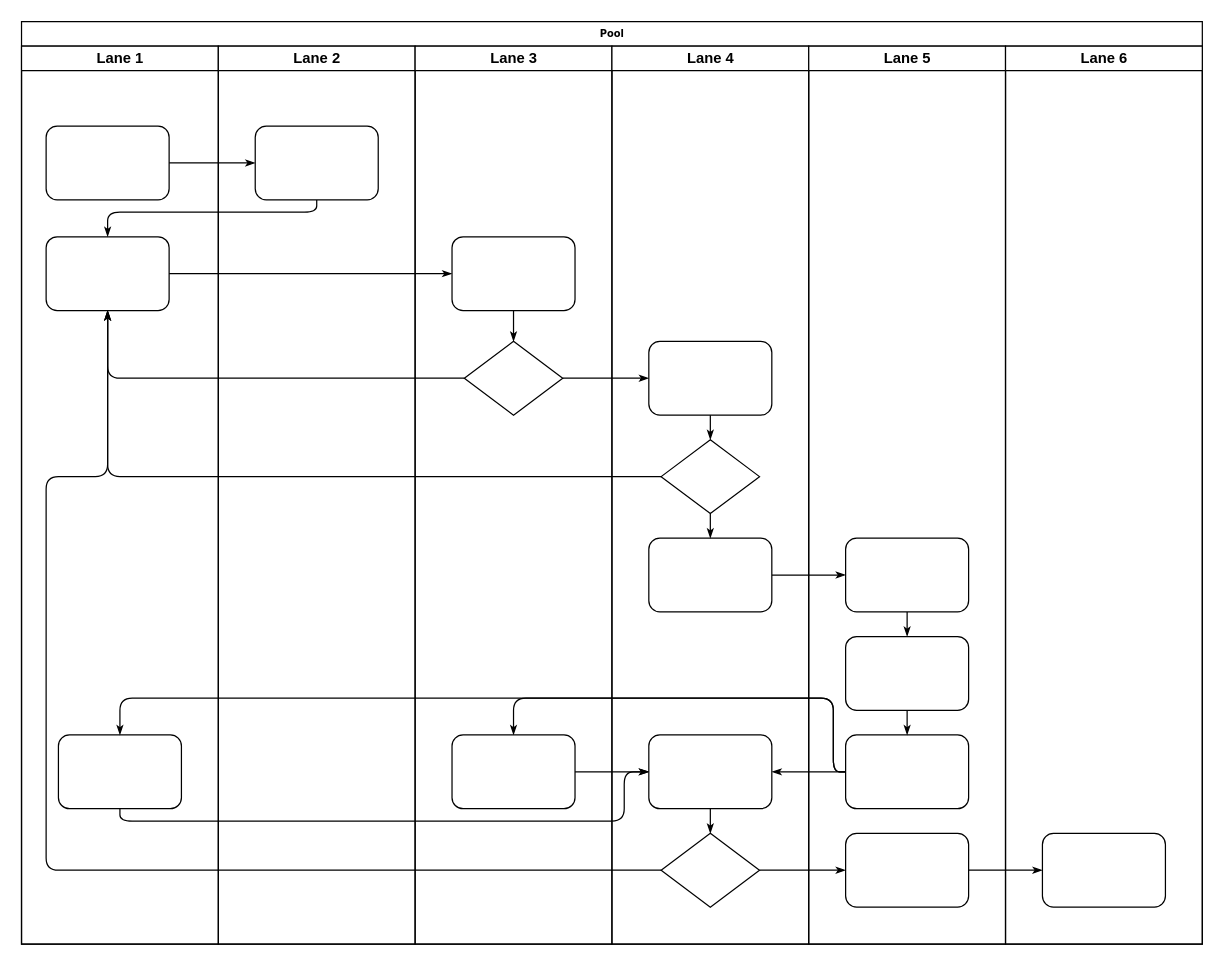
Earlier version of the draw.io diagram saga.drawio (Mangesh1206/ArchitectureDiagram). Source tidied: cells renumbered, new cells numbered last; positions are measured from the earlier drawing's top-left corner, leaving out a move shared by most shapes. Both pictures are drawn from the tidied source at 123%, with x=0, y=0 at pixel (21, 21).
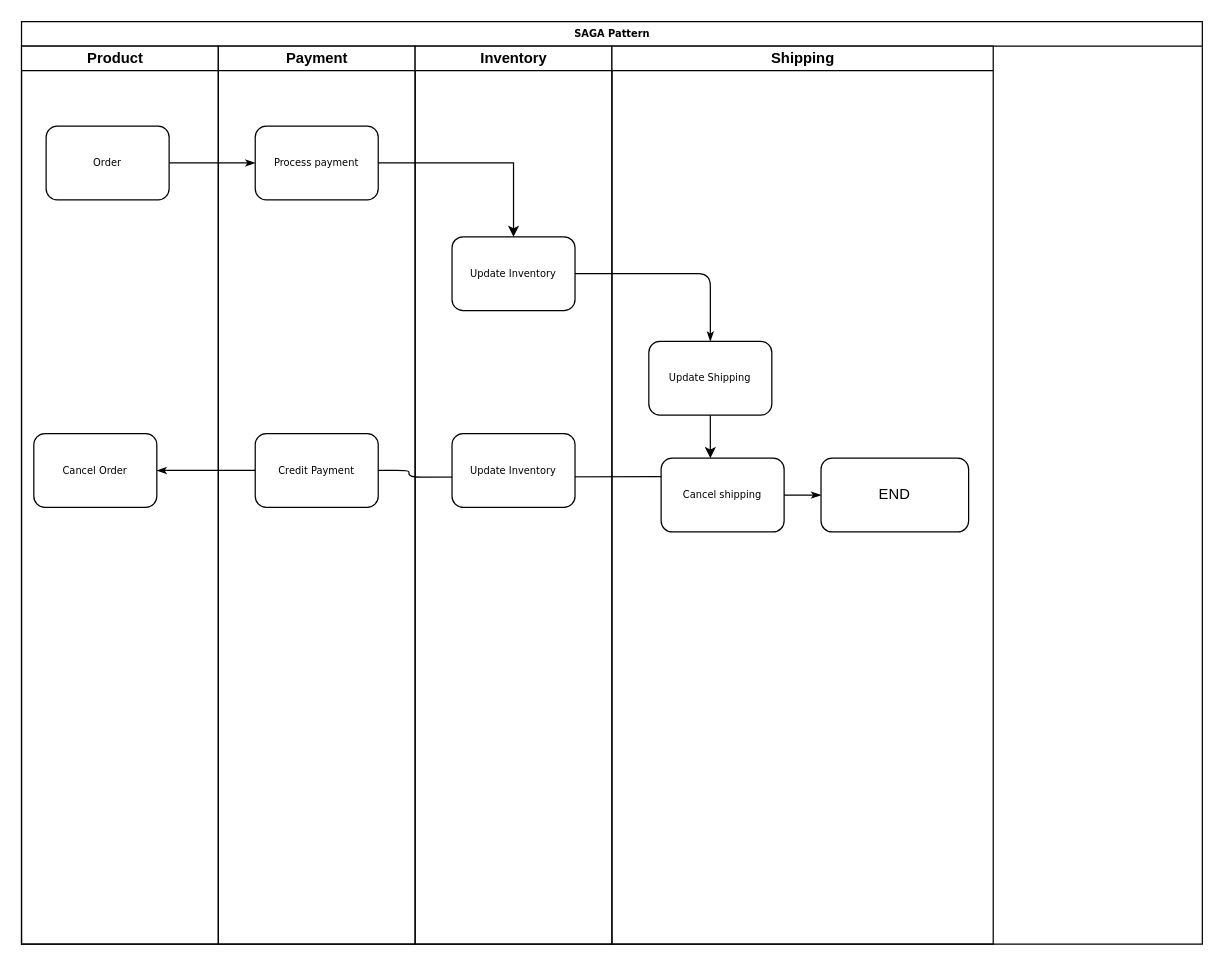
The same diagram, later.

Change to the diagram source:
```diff
@@
-    <mxCell id="2" value="Pool" style="swimlane;html=1;startSize=20;rounded=0;shadow=0;labelBackgroundColor=none;strokeWidth=1;fontFamily=Verdana;fontSize=8;align=center;" parent="1" vertex="1">
+    <mxCell id="2" value="SAGA Pattern" style="swimlane;html=1;startSize=20;rounded=0;shadow=0;labelBackgroundColor=none;strokeWidth=1;fontFamily=Verdana;fontSize=8;align=center;" parent="1" vertex="1">
       <mxGeometry width="960" height="750" as="geometry" />
     </mxCell>
-    <mxCell id="3" value="Lane 1" style="swimlane;html=1;startSize=20;" parent="2" vertex="1">
+    <mxCell id="3" value="Product &lt;span style=&quot;white-space: pre;&quot;&gt;&#9;&lt;/span&gt;" style="swimlane;html=1;startSize=20;" parent="2" vertex="1">
       <mxGeometry y="20" width="160" height="730" as="geometry" />
     </mxCell>
-    <mxCell id="4" style="rounded=1;whiteSpace=wrap;html=1;shadow=0;labelBackgroundColor=none;strokeWidth=1;fontFamily=Verdana;fontSize=8;align=center;" parent="3" vertex="1">
+    <mxCell id="4" value="Order" style="rounded=1;whiteSpace=wrap;html=1;shadow=0;labelBackgroundColor=none;strokeWidth=1;fontFamily=Verdana;fontSize=8;align=center;" parent="3" vertex="1">
       <mxGeometry x="20" y="65" width="100" height="60" as="geometry" />
     </mxCell>
-    <mxCell id="5" style="rounded=1;whiteSpace=wrap;html=1;shadow=0;labelBackgroundColor=none;strokeWidth=1;fontFamily=Verdana;fontSize=8;align=center;" parent="3" vertex="1">
-      <mxGeometry x="20" y="155" width="100" height="60" as="geometry" />
+    <mxCell id="5" value="Cancel Order" style="rounded=1;whiteSpace=wrap;html=1;shadow=0;labelBackgroundColor=none;strokeWidth=1;fontFamily=Verdana;fontSize=8;align=center;" parent="3" vertex="1">
+      <mxGeometry x="10" y="315" width="100" height="60" as="geometry" />
     </mxCell>
-    <mxCell id="6" style="rounded=1;whiteSpace=wrap;html=1;shadow=0;labelBackgroundColor=none;strokeWidth=1;fontFamily=Verdana;fontSize=8;align=center;" parent="3" vertex="1">
-      <mxGeometry x="30" y="560" width="100" height="60" as="geometry" />
-    </mxCell>
@@
-    <mxCell id="8" style="edgeStyle=orthogonalEdgeStyle;rounded=1;html=1;labelBackgroundColor=none;startArrow=none;startFill=0;startSize=5;endArrow=classicThin;endFill=1;endSize=5;jettySize=auto;strokeWidth=1;fontFamily=Verdana;fontSize=8;" parent="2" edge="1" source="23" target="5">
-      <mxGeometry relative="1" as="geometry">
-        <Array as="points">
-          <mxPoint x="240" y="155" />
-          <mxPoint x="70" y="155" />
-        </Array>
-      </mxGeometry>
-    </mxCell>
-    <mxCell id="9" style="edgeStyle=orthogonalEdgeStyle;rounded=1;html=1;labelBackgroundColor=none;startArrow=none;startFill=0;startSize=5;endArrow=classicThin;endFill=1;endSize=5;jettySize=auto;strokeWidth=1;fontFamily=Verdana;fontSize=8;" parent="2" edge="1" source="5" target="25">
-      <mxGeometry relative="1" as="geometry" />
-    </mxCell>
-    <mxCell id="10" style="edgeStyle=orthogonalEdgeStyle;rounded=1;html=1;labelBackgroundColor=none;startArrow=none;startFill=0;startSize=5;endArrow=classicThin;endFill=1;endSize=5;jettySize=auto;strokeWidth=1;fontFamily=Verdana;fontSize=8;" parent="2" edge="1" source="26" target="5">
-      <mxGeometry relative="1" as="geometry" />
-    </mxCell>
-    <mxCell id="11" style="edgeStyle=orthogonalEdgeStyle;rounded=1;html=1;labelBackgroundColor=none;startArrow=none;startFill=0;startSize=5;endArrow=classicThin;endFill=1;endSize=5;jettySize=auto;strokeWidth=1;fontFamily=Verdana;fontSize=8;" parent="2" edge="1" source="31" target="5">
-      <mxGeometry relative="1" as="geometry" />
+    <mxCell id="11" style="edgeStyle=orthogonalEdgeStyle;rounded=1;html=1;labelBackgroundColor=none;startArrow=none;startFill=0;startSize=5;endArrow=classicThin;endFill=1;endSize=5;jettySize=auto;strokeWidth=1;fontFamily=Verdana;fontSize=8;" parent="2" edge="1" target="5">
+      <mxGeometry relative="1" as="geometry">
+        <mxPoint x="520" y="370" as="sourcePoint" />
+      </mxGeometry>
     </mxCell>
-    <mxCell id="12" style="edgeStyle=orthogonalEdgeStyle;rounded=1;html=1;labelBackgroundColor=none;startArrow=none;startFill=0;startSize=5;endArrow=classicThin;endFill=1;endSize=5;jettySize=auto;strokeWidth=1;fontFamily=Verdana;fontSize=8;" parent="2" edge="1" source="34" target="5">
-      <mxGeometry relative="1" as="geometry">
-        <Array as="points">
-          <mxPoint x="20" y="690" />
-          <mxPoint x="20" y="370" />
-          <mxPoint x="70" y="370" />
-        </Array>
-      </mxGeometry>
-    </mxCell>
-    <mxCell id="13" style="edgeStyle=orthogonalEdgeStyle;rounded=1;html=1;labelBackgroundColor=none;startArrow=none;startFill=0;startSize=5;endArrow=classicThin;endFill=1;endSize=5;jettySize=auto;strokeWidth=1;fontFamily=Verdana;fontSize=8;" parent="2" edge="1" source="26" target="30">
-      <mxGeometry relative="1" as="geometry" />
-    </mxCell>
-    <mxCell id="14" style="edgeStyle=orthogonalEdgeStyle;rounded=1;html=1;labelBackgroundColor=none;startArrow=none;startFill=0;startSize=5;endArrow=classicThin;endFill=1;endSize=5;jettySize=auto;strokeWidth=1;fontFamily=Verdana;fontSize=8;" parent="2" edge="1" source="34" target="42">
-      <mxGeometry relative="1" as="geometry" />
-    </mxCell>
-    <mxCell id="15" style="edgeStyle=orthogonalEdgeStyle;rounded=1;html=1;labelBackgroundColor=none;startArrow=none;startFill=0;startSize=5;endArrow=classicThin;endFill=1;endSize=5;jettySize=auto;strokeWidth=1;fontFamily=Verdana;fontSize=8;" parent="2" edge="1" source="42" target="46">
-      <mxGeometry relative="1" as="geometry" />
-    </mxCell>
-    <mxCell id="16" style="edgeStyle=orthogonalEdgeStyle;rounded=1;html=1;labelBackgroundColor=none;startArrow=none;startFill=0;startSize=5;endArrow=classicThin;endFill=1;endSize=5;jettySize=auto;strokeWidth=1;fontFamily=Verdana;fontSize=8;" parent="2" edge="1" source="32" target="39">
-      <mxGeometry relative="1" as="geometry" />
-    </mxCell>
-    <mxCell id="17" style="edgeStyle=orthogonalEdgeStyle;rounded=1;html=1;labelBackgroundColor=none;startArrow=none;startFill=0;startSize=5;endArrow=classicThin;endFill=1;endSize=5;jettySize=auto;strokeWidth=1;fontFamily=Verdana;fontSize=8;" parent="2" edge="1" source="41" target="27">
-      <mxGeometry relative="1" as="geometry">
-        <Array as="points">
-          <mxPoint x="660" y="610" />
-          <mxPoint x="660" y="550" />
-          <mxPoint x="400" y="550" />
-        </Array>
-      </mxGeometry>
-    </mxCell>
-    <mxCell id="18" style="edgeStyle=orthogonalEdgeStyle;rounded=1;html=1;labelBackgroundColor=none;startArrow=none;startFill=0;startSize=5;endArrow=classicThin;endFill=1;endSize=5;jettySize=auto;strokeColor=#000000;strokeWidth=1;fontFamily=Verdana;fontSize=8;fontColor=#000000;" parent="2" edge="1" source="41" target="33">
-      <mxGeometry relative="1" as="geometry" />
-    </mxCell>
-    <mxCell id="19" style="edgeStyle=orthogonalEdgeStyle;rounded=1;html=1;labelBackgroundColor=none;startArrow=none;startFill=0;startSize=5;endArrow=classicThin;endFill=1;endSize=5;jettySize=auto;strokeWidth=1;fontFamily=Verdana;fontSize=8;" parent="2" edge="1" source="41" target="6">
-      <mxGeometry relative="1" as="geometry">
-        <Array as="points">
-          <mxPoint x="660" y="610" />
-          <mxPoint x="660" y="550" />
-          <mxPoint x="80" y="550" />
-        </Array>
-      </mxGeometry>
-    </mxCell>
-    <mxCell id="20" style="edgeStyle=orthogonalEdgeStyle;rounded=1;html=1;labelBackgroundColor=none;startArrow=none;startFill=0;startSize=5;endArrow=classicThin;endFill=1;endSize=5;jettySize=auto;strokeWidth=1;fontFamily=Verdana;fontSize=8;" parent="2" edge="1" source="6" target="33">
-      <mxGeometry relative="1" as="geometry">
-        <Array as="points">
-          <mxPoint x="80" y="650" />
-          <mxPoint x="490" y="650" />
-          <mxPoint x="490" y="610" />
-        </Array>
-      </mxGeometry>
-    </mxCell>
-    <mxCell id="21" style="edgeStyle=orthogonalEdgeStyle;rounded=1;html=1;labelBackgroundColor=none;startArrow=none;startFill=0;startSize=5;endArrow=classicThin;endFill=1;endSize=5;jettySize=auto;strokeWidth=1;fontFamily=Verdana;fontSize=8;" parent="2" edge="1" source="27" target="33">
-      <mxGeometry relative="1" as="geometry" />
-    </mxCell>
-    <mxCell id="22" value="Lane 2" style="swimlane;html=1;startSize=20;" parent="2" vertex="1">
+    <mxCell id="22" value="Payment" style="swimlane;html=1;startSize=20;" parent="2" vertex="1">
       <mxGeometry x="160" y="20" width="160" height="730" as="geometry" />
     </mxCell>
-    <mxCell id="23" style="rounded=1;whiteSpace=wrap;html=1;shadow=0;labelBackgroundColor=none;strokeWidth=1;fontFamily=Verdana;fontSize=8;align=center;" parent="22" vertex="1">
+    <mxCell id="23" value="Process payment" style="rounded=1;whiteSpace=wrap;html=1;shadow=0;labelBackgroundColor=none;strokeWidth=1;fontFamily=Verdana;fontSize=8;align=center;" parent="22" vertex="1">
       <mxGeometry x="30" y="65" width="100" height="60" as="geometry" />
     </mxCell>
+    <mxCell id="47" value="Credit Payment" style="rounded=1;whiteSpace=wrap;html=1;shadow=0;labelBackgroundColor=none;strokeWidth=1;fontFamily=Verdana;fontSize=8;align=center;" parent="22" vertex="1">
+      <mxGeometry x="30" y="315" width="100" height="60" as="geometry" />
+    </mxCell>
-    <mxCell id="24" value="Lane 3" style="swimlane;html=1;startSize=20;" parent="2" vertex="1">
+    <mxCell id="24" value="Inventory" style="swimlane;html=1;startSize=20;" parent="2" vertex="1">
       <mxGeometry x="320" y="20" width="160" height="730" as="geometry" />
     </mxCell>
-    <mxCell id="25" style="rounded=1;whiteSpace=wrap;html=1;shadow=0;labelBackgroundColor=none;strokeWidth=1;fontFamily=Verdana;fontSize=8;align=center;" parent="24" vertex="1">
+    <mxCell id="25" value="Update Inventory" style="rounded=1;whiteSpace=wrap;html=1;shadow=0;labelBackgroundColor=none;strokeWidth=1;fontFamily=Verdana;fontSize=8;align=center;" parent="24" vertex="1">
       <mxGeometry x="30" y="155" width="100" height="60" as="geometry" />
     </mxCell>
-    <mxCell id="26" style="rhombus;whiteSpace=wrap;html=1;rounded=0;shadow=0;labelBackgroundColor=none;strokeWidth=1;fontFamily=Verdana;fontSize=8;align=center;" parent="24" vertex="1">
-      <mxGeometry x="40" y="240" width="80" height="60" as="geometry" />
-    </mxCell>
-    <mxCell id="27" style="rounded=1;whiteSpace=wrap;html=1;shadow=0;labelBackgroundColor=none;strokeWidth=1;fontFamily=Verdana;fontSize=8;align=center;" parent="24" vertex="1">
-      <mxGeometry x="30" y="560" width="100" height="60" as="geometry" />
-    </mxCell>
+    <mxCell id="48" value="Update Inventory" style="rounded=1;whiteSpace=wrap;html=1;shadow=0;labelBackgroundColor=none;strokeWidth=1;fontFamily=Verdana;fontSize=8;align=center;" parent="24" vertex="1">
+      <mxGeometry x="30" y="315" width="100" height="60" as="geometry" />
+    </mxCell>
+    <mxCell id="29" value="Shipping" style="swimlane;html=1;startSize=20;" parent="2" vertex="1">
+      <mxGeometry x="480" y="20" width="310" height="730" as="geometry" />
+    </mxCell>
+    <mxCell id="49" style="edgeStyle=orthogonalEdgeStyle;rounded=0;jettySize=auto;html=1;" parent="29" edge="1" source="30" target="32">
+      <mxGeometry relative="1" as="geometry">
+        <Array as="points">
+          <mxPoint x="80" y="340" />
+          <mxPoint x="80" y="340" />
+        </Array>
+      </mxGeometry>
+    </mxCell>
+    <mxCell id="30" value="Update Shipping" style="rounded=1;whiteSpace=wrap;html=1;shadow=0;labelBackgroundColor=none;strokeWidth=1;fontFamily=Verdana;fontSize=8;align=center;" parent="29" vertex="1">
+      <mxGeometry x="30" y="240" width="100" height="60" as="geometry" />
+    </mxCell>
+    <mxCell id="32" value="Cancel shipping" style="rounded=1;whiteSpace=wrap;html=1;shadow=0;labelBackgroundColor=none;strokeWidth=1;fontFamily=Verdana;fontSize=8;align=center;" parent="29" vertex="1">
+      <mxGeometry x="40" y="335" width="100" height="60" as="geometry" />
+    </mxCell>
+    <mxCell id="50" value="END" style="rounded=1;whiteSpace=wrap;html=1;" parent="29" vertex="1">
+      <mxGeometry x="170" y="335" width="120" height="60" as="geometry" />
+    </mxCell>
+    <mxCell id="16" style="edgeStyle=orthogonalEdgeStyle;rounded=1;html=1;labelBackgroundColor=none;startArrow=none;startFill=0;startSize=5;endArrow=classicThin;endFill=1;endSize=5;jettySize=auto;strokeWidth=1;fontFamily=Verdana;fontSize=8;" parent="29" edge="1" source="32" target="50">
+      <mxGeometry relative="1" as="geometry" />
+    </mxCell>
-    <mxCell id="28" style="edgeStyle=orthogonalEdgeStyle;rounded=1;html=1;labelBackgroundColor=none;startArrow=none;startFill=0;startSize=5;endArrow=classicThin;endFill=1;endSize=5;jettySize=auto;strokeWidth=1;fontFamily=Verdana;fontSize=8;" parent="24" edge="1" source="25" target="26">
+    <mxCell id="28" style="edgeStyle=orthogonalEdgeStyle;rounded=1;html=1;labelBackgroundColor=none;startArrow=none;startFill=0;startSize=5;endArrow=classicThin;endFill=1;endSize=5;jettySize=auto;strokeWidth=1;fontFamily=Verdana;fontSize=8;" parent="2" edge="1" source="25" target="30">
       <mxGeometry relative="1" as="geometry" />
     </mxCell>
-    <mxCell id="29" value="Lane 4" style="swimlane;html=1;startSize=20;" parent="2" vertex="1">
-      <mxGeometry x="480" y="20" width="160" height="730" as="geometry" />
-    </mxCell>
-    <mxCell id="30" style="rounded=1;whiteSpace=wrap;html=1;shadow=0;labelBackgroundColor=none;strokeWidth=1;fontFamily=Verdana;fontSize=8;align=center;" parent="29" vertex="1">
-      <mxGeometry x="30" y="240" width="100" height="60" as="geometry" />
-    </mxCell>
-    <mxCell id="31" style="rhombus;whiteSpace=wrap;html=1;rounded=0;shadow=0;labelBackgroundColor=none;strokeWidth=1;fontFamily=Verdana;fontSize=8;align=center;" parent="29" vertex="1">
-      <mxGeometry x="40" y="320" width="80" height="60" as="geometry" />
-    </mxCell>
-    <mxCell id="32" style="rounded=1;whiteSpace=wrap;html=1;shadow=0;labelBackgroundColor=none;strokeWidth=1;fontFamily=Verdana;fontSize=8;align=center;" parent="29" vertex="1">
-      <mxGeometry x="30" y="400" width="100" height="60" as="geometry" />
-    </mxCell>
-    <mxCell id="33" style="rounded=1;whiteSpace=wrap;html=1;shadow=0;labelBackgroundColor=none;strokeWidth=1;fontFamily=Verdana;fontSize=8;align=center;" parent="29" vertex="1">
-      <mxGeometry x="30" y="560" width="100" height="60" as="geometry" />
-    </mxCell>
-    <mxCell id="34" style="rhombus;whiteSpace=wrap;html=1;rounded=0;shadow=0;labelBackgroundColor=none;strokeWidth=1;fontFamily=Verdana;fontSize=8;align=center;" parent="29" vertex="1">
-      <mxGeometry x="40" y="640" width="80" height="60" as="geometry" />
-    </mxCell>
-    <mxCell id="35" style="edgeStyle=orthogonalEdgeStyle;rounded=1;html=1;labelBackgroundColor=none;startArrow=none;startFill=0;startSize=5;endArrow=classicThin;endFill=1;endSize=5;jettySize=auto;strokeColor=#000000;strokeWidth=1;fontFamily=Verdana;fontSize=8;fontColor=#000000;" parent="29" edge="1" source="30" target="31">
-      <mxGeometry relative="1" as="geometry" />
-    </mxCell>
-    <mxCell id="36" style="edgeStyle=orthogonalEdgeStyle;rounded=1;html=1;labelBackgroundColor=none;startArrow=none;startFill=0;startSize=5;endArrow=classicThin;endFill=1;endSize=5;jettySize=auto;strokeWidth=1;fontFamily=Verdana;fontSize=8;" parent="29" edge="1" source="31" target="32">
-      <mxGeometry relative="1" as="geometry" />
-    </mxCell>
-    <mxCell id="37" style="edgeStyle=orthogonalEdgeStyle;rounded=1;html=1;labelBackgroundColor=none;startArrow=none;startFill=0;startSize=5;endArrow=classicThin;endFill=1;endSize=5;jettySize=auto;strokeWidth=1;fontFamily=Verdana;fontSize=8;" parent="29" edge="1" source="33" target="34">
-      <mxGeometry relative="1" as="geometry" />
-    </mxCell>
-    <mxCell id="38" value="Lane 5" style="swimlane;html=1;startSize=20;" parent="2" vertex="1">
-      <mxGeometry x="640" y="20" width="160" height="730" as="geometry" />
-    </mxCell>
-    <mxCell id="39" style="rounded=1;whiteSpace=wrap;html=1;shadow=0;labelBackgroundColor=none;strokeWidth=1;fontFamily=Verdana;fontSize=8;align=center;" parent="38" vertex="1">
-      <mxGeometry x="30" y="400" width="100" height="60" as="geometry" />
-    </mxCell>
-    <mxCell id="40" style="rounded=1;whiteSpace=wrap;html=1;shadow=0;labelBackgroundColor=none;strokeWidth=1;fontFamily=Verdana;fontSize=8;align=center;" parent="38" vertex="1">
-      <mxGeometry x="30" y="480" width="100" height="60" as="geometry" />
-    </mxCell>
-    <mxCell id="41" style="rounded=1;whiteSpace=wrap;html=1;shadow=0;labelBackgroundColor=none;strokeWidth=1;fontFamily=Verdana;fontSize=8;align=center;" parent="38" vertex="1">
-      <mxGeometry x="30" y="560" width="100" height="60" as="geometry" />
-    </mxCell>
-    <mxCell id="42" style="rounded=1;whiteSpace=wrap;html=1;shadow=0;labelBackgroundColor=none;strokeWidth=1;fontFamily=Verdana;fontSize=8;align=center;" parent="38" vertex="1">
-      <mxGeometry x="30" y="640" width="100" height="60" as="geometry" />
-    </mxCell>
-    <mxCell id="43" style="edgeStyle=orthogonalEdgeStyle;rounded=1;html=1;labelBackgroundColor=none;startArrow=none;startFill=0;startSize=5;endArrow=classicThin;endFill=1;endSize=5;jettySize=auto;strokeWidth=1;fontFamily=Verdana;fontSize=8;" parent="38" edge="1" source="39" target="40">
-      <mxGeometry relative="1" as="geometry" />
-    </mxCell>
-    <mxCell id="44" style="edgeStyle=orthogonalEdgeStyle;rounded=1;html=1;labelBackgroundColor=none;startArrow=none;startFill=0;startSize=5;endArrow=classicThin;endFill=1;endSize=5;jettySize=auto;strokeWidth=1;fontFamily=Verdana;fontSize=8;" parent="38" edge="1" source="40" target="41">
-      <mxGeometry relative="1" as="geometry" />
-    </mxCell>
-    <mxCell id="45" value="Lane 6" style="swimlane;html=1;startSize=20;" parent="2" vertex="1">
-      <mxGeometry x="800" y="20" width="160" height="730" as="geometry" />
-    </mxCell>
-    <mxCell id="46" style="rounded=1;whiteSpace=wrap;html=1;shadow=0;labelBackgroundColor=none;strokeWidth=1;fontFamily=Verdana;fontSize=8;align=center;" parent="45" vertex="1">
-      <mxGeometry x="30" y="640" width="100" height="60" as="geometry" />
-    </mxCell>
+    <mxCell id="51" style="edgeStyle=orthogonalEdgeStyle;rounded=0;jettySize=auto;html=1;exitX=1;exitY=0.5;exitDx=0;exitDy=0;entryX=0.5;entryY=0;entryDx=0;entryDy=0;" parent="2" edge="1" source="23" target="25">
+      <mxGeometry relative="1" as="geometry" />
+    </mxCell>
```
